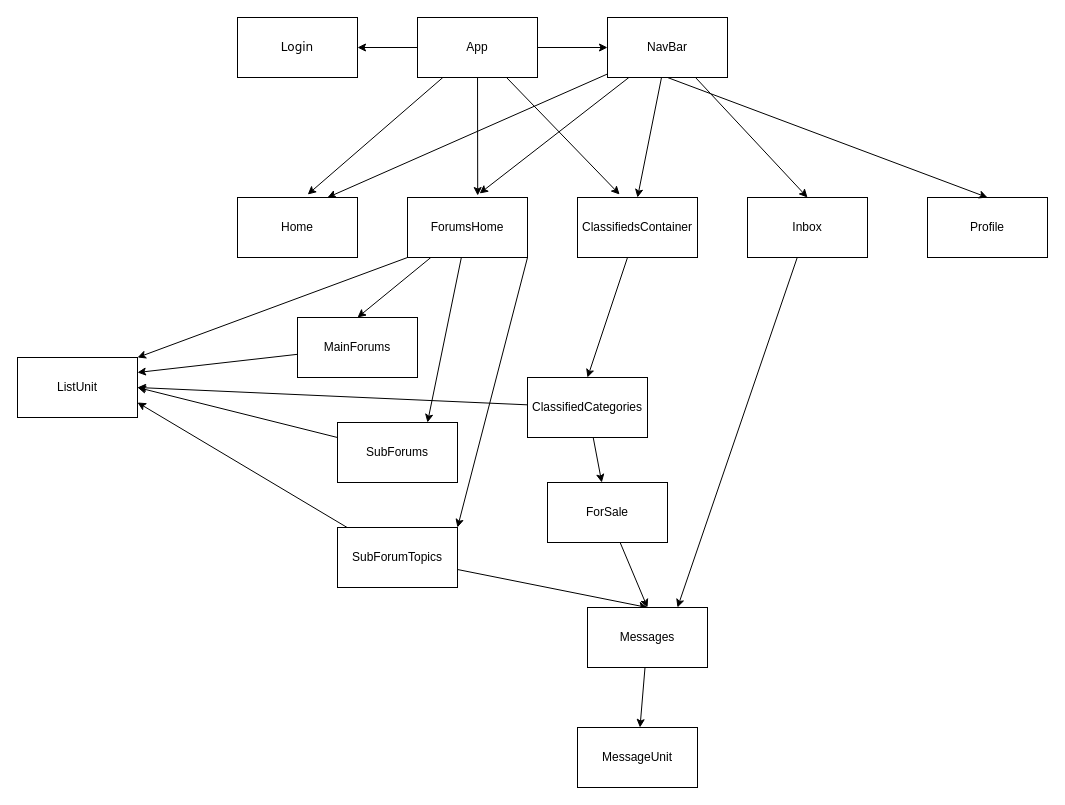
Earlier version of the draw.io diagram client/wireframe.drawio (stringtheory92/CAPSTONE). Source tidied: cells renumbered, new cells numbered last; positions are measured from the earlier drawing's top-left corner, leaving out a move shared by most shapes. Both pictures are drawn from the tidied source at 100%, with x=0, y=0 at pixel (17, 17).
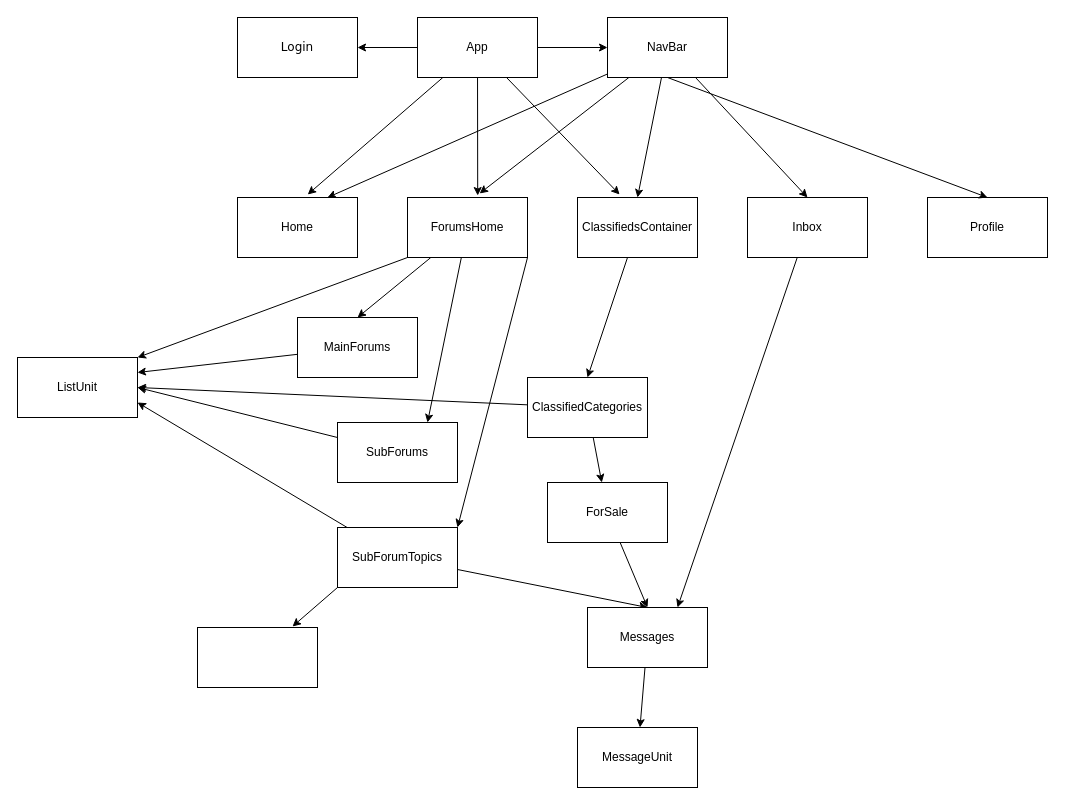
After the change.

The change refers to these unchanged cells:
```xml
<mxCell id="30" value="SubForumTopics" style="rounded=0;whiteSpace=wrap;html=1;" parent="1" vertex="1">
  <mxGeometry x="320" y="510" width="120" height="60" as="geometry" />
</mxCell>
```

Diff of the diagram source:
```diff
@@
+    <mxCell id="42" style="edgeStyle=none;html=1;exitX=0;exitY=1;exitDx=0;exitDy=0;entryX=0.875;entryY=-0.017;entryDx=0;entryDy=0;entryPerimeter=0;" parent="1" edge="1" source="30">
+      <mxGeometry relative="1" as="geometry">
+        <mxPoint x="275" y="609" as="targetPoint" />
+      </mxGeometry>
+    </mxCell>
@@
+    <mxCell id="43" style="rounded=0;whiteSpace=wrap;html=1;" parent="1" vertex="1">
+      <mxGeometry x="180" y="610" width="120" height="60" as="geometry" />
+    </mxCell>
```
